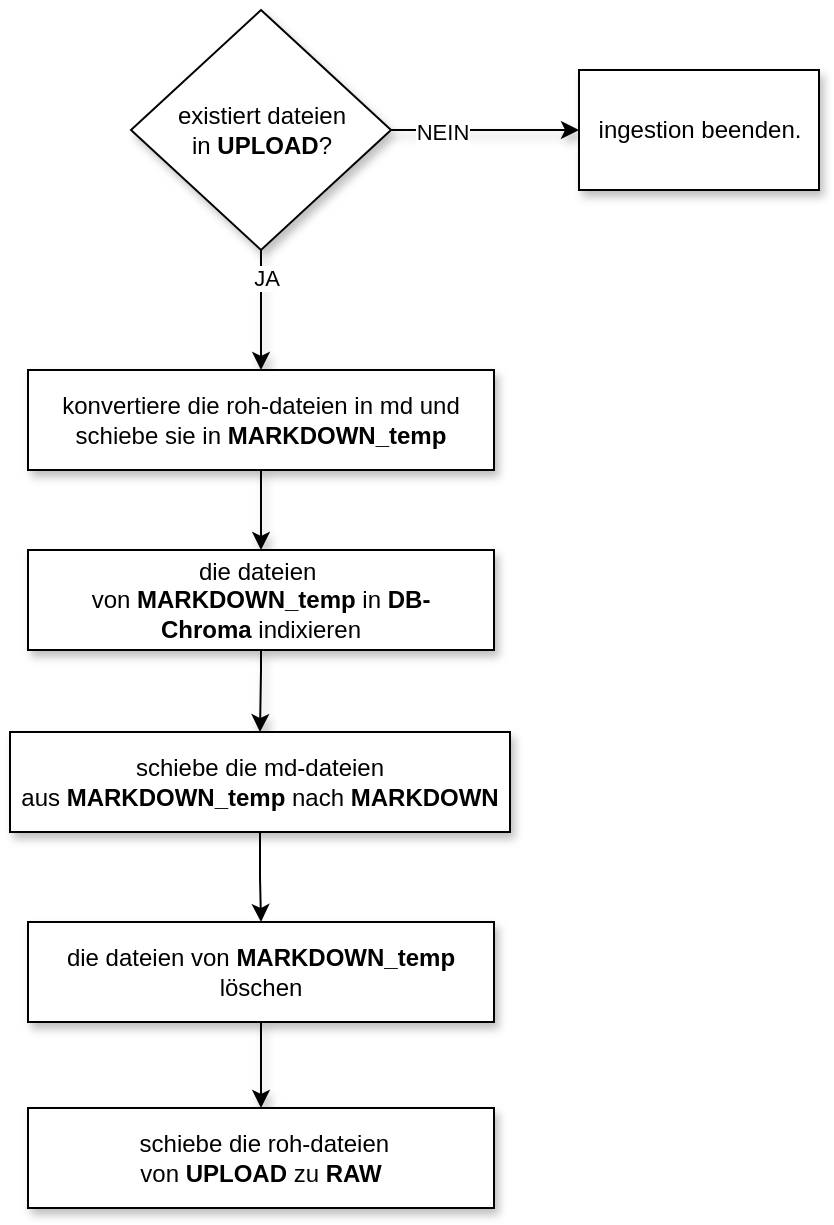
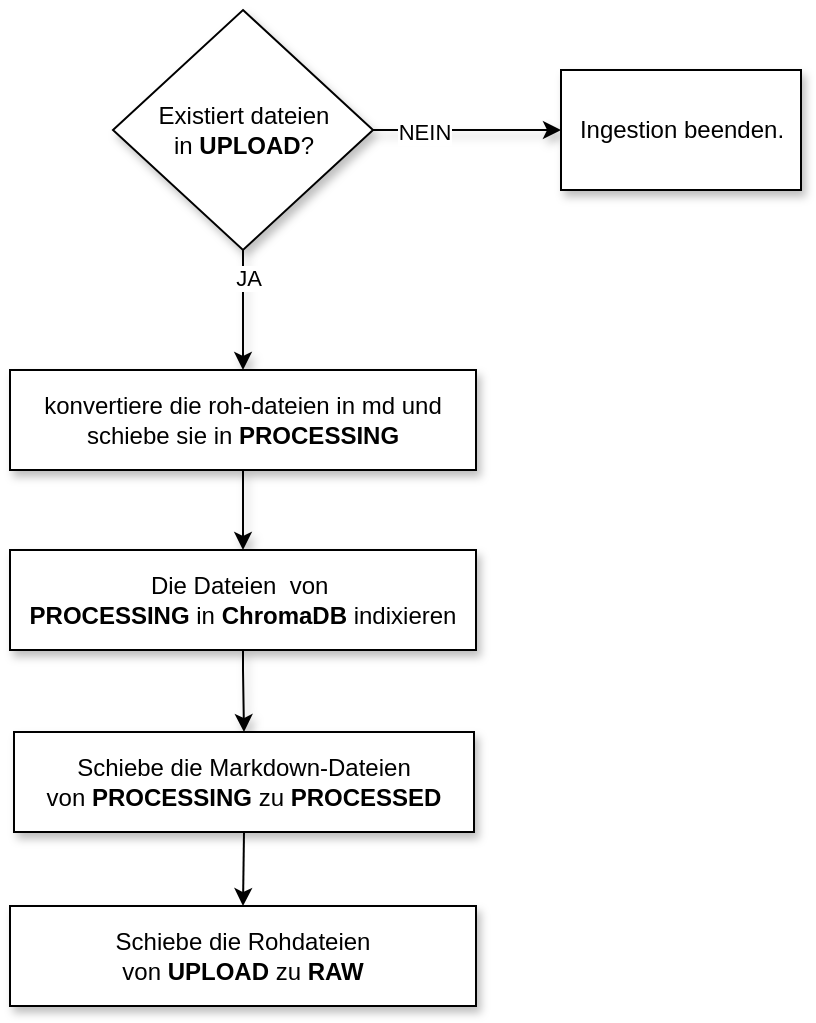
- <mxfile host="Electron" agent="Mozilla/5.0 (Windows NT 10.0; Win64; x64) AppleWebKit/537.36 (KHTML, like Gecko) draw.io/28.2.7 Chrome/138.0.7204.251 Electron/37.7.1 Safari/537.36" version="28.2.7">
+ <mxfile host="Electron" agent="Mozilla/5.0 (Windows NT 10.0; Win64; x64) AppleWebKit/537.36 (KHTML, like Gecko) draw.io/29.0.3 Chrome/140.0.7339.249 Electron/38.7.0 Safari/537.36" version="29.0.3">
  <diagram name="Seite-1" id="Bzmq8vI_scQP_HTdQC11">
-     <mxGraphModel dx="1237" dy="630" grid="1" gridSize="10" guides="1" tooltips="1" connect="1" arrows="1" fold="1" page="1" pageScale="1" pageWidth="827" pageHeight="1169" math="0" shadow="0">
+     <mxGraphModel dx="1074" dy="618" grid="1" gridSize="10" guides="1" tooltips="1" connect="1" arrows="1" fold="1" page="1" pageScale="1" pageWidth="827" pageHeight="1169" math="0" shadow="0">
      <root>
        <mxCell id="0" />
        <mxCell id="1" parent="0" />
        <mxCell id="th7Zlc1qkYqR9wxy-wNW-9" value="" style="edgeStyle=orthogonalEdgeStyle;rounded=0;orthogonalLoop=1;jettySize=auto;html=1;exitX=0.5;exitY=1;exitDx=0;exitDy=0;shadow=1;entryX=0.5;entryY=0;entryDx=0;entryDy=0;" parent="1" source="th7Zlc1qkYqR9wxy-wNW-7" target="ACCZmD-htaohdq-iRNGL-33" edge="1">
          <mxGeometry relative="1" as="geometry">
            <mxPoint x="416.5" y="204.0000000000001" as="targetPoint" />
          </mxGeometry>
        </mxCell>
-         <mxCell id="ACCZmD-htaohdq-iRNGL-22" value="JA" style="edgeLabel;html=1;align=center;verticalAlign=middle;resizable=0;points=[];shadow=1;" vertex="1" connectable="0" parent="th7Zlc1qkYqR9wxy-wNW-9">
+         <mxCell id="ACCZmD-htaohdq-iRNGL-22" value="JA" style="edgeLabel;html=1;align=center;verticalAlign=middle;resizable=0;points=[];shadow=1;" parent="th7Zlc1qkYqR9wxy-wNW-9" vertex="1" connectable="0">
          <mxGeometry x="-0.5345" y="2" relative="1" as="geometry">
            <mxPoint as="offset" />
          </mxGeometry>
        </mxCell>
        <mxCell id="th7Zlc1qkYqR9wxy-wNW-13" value="" style="edgeStyle=orthogonalEdgeStyle;rounded=0;orthogonalLoop=1;jettySize=auto;html=1;exitX=1;exitY=0.5;exitDx=0;exitDy=0;shadow=1;entryX=0;entryY=0.5;entryDx=0;entryDy=0;" parent="1" source="th7Zlc1qkYqR9wxy-wNW-7" target="th7Zlc1qkYqR9wxy-wNW-12" edge="1">
          <mxGeometry relative="1" as="geometry" />
        </mxCell>
-         <mxCell id="ACCZmD-htaohdq-iRNGL-21" value="NEIN" style="edgeLabel;html=1;align=center;verticalAlign=middle;resizable=0;points=[];shadow=1;" vertex="1" connectable="0" parent="th7Zlc1qkYqR9wxy-wNW-13">
+         <mxCell id="ACCZmD-htaohdq-iRNGL-21" value="NEIN" style="edgeLabel;html=1;align=center;verticalAlign=middle;resizable=0;points=[];shadow=1;" parent="th7Zlc1qkYqR9wxy-wNW-13" vertex="1" connectable="0">
          <mxGeometry x="-0.4643" y="-1" relative="1" as="geometry">
            <mxPoint as="offset" />
          </mxGeometry>
        </mxCell>
-         <mxCell id="th7Zlc1qkYqR9wxy-wNW-7" value="existiert dateien in&amp;nbsp;&lt;b&gt;UPLOAD&lt;/b&gt;?" style="rhombus;whiteSpace=wrap;html=1;shadow=1;" parent="1" vertex="1">
+         <mxCell id="th7Zlc1qkYqR9wxy-wNW-7" value="Existiert dateien in&amp;nbsp;&lt;b&gt;UPLOAD&lt;/b&gt;?" style="rhombus;whiteSpace=wrap;html=1;shadow=1;" parent="1" vertex="1">
          <mxGeometry x="351.5" y="30" width="130" height="120" as="geometry" />
        </mxCell>
-         <mxCell id="ACCZmD-htaohdq-iRNGL-12" style="edgeStyle=orthogonalEdgeStyle;rounded=0;orthogonalLoop=1;jettySize=auto;html=1;entryX=0.5;entryY=0;entryDx=0;entryDy=0;shadow=1;exitX=0.5;exitY=1;exitDx=0;exitDy=0;" edge="1" parent="1" source="ACCZmD-htaohdq-iRNGL-33" target="ACCZmD-htaohdq-iRNGL-32">
+         <mxCell id="ACCZmD-htaohdq-iRNGL-12" style="edgeStyle=orthogonalEdgeStyle;rounded=0;orthogonalLoop=1;jettySize=auto;html=1;entryX=0.5;entryY=0;entryDx=0;entryDy=0;shadow=1;exitX=0.5;exitY=1;exitDx=0;exitDy=0;" parent="1" source="ACCZmD-htaohdq-iRNGL-33" target="ACCZmD-htaohdq-iRNGL-32" edge="1">
          <mxGeometry relative="1" as="geometry">
            <mxPoint x="416.5" y="260.0000000000001" as="sourcePoint" />
            <mxPoint x="416.5" y="300" as="targetPoint" />
          </mxGeometry>
        </mxCell>
-         <mxCell id="th7Zlc1qkYqR9wxy-wNW-12" value="ingestion beenden." style="whiteSpace=wrap;html=1;shadow=1;" parent="1" vertex="1">
+         <mxCell id="th7Zlc1qkYqR9wxy-wNW-12" value="Ingestion beenden." style="whiteSpace=wrap;html=1;shadow=1;" parent="1" vertex="1">
          <mxGeometry x="575.5" y="60" width="120" height="60" as="geometry" />
        </mxCell>
-         <mxCell id="ACCZmD-htaohdq-iRNGL-24" value="" style="edgeStyle=orthogonalEdgeStyle;rounded=0;orthogonalLoop=1;jettySize=auto;html=1;entryX=0.5;entryY=0;entryDx=0;entryDy=0;shadow=1;exitX=0.5;exitY=1;exitDx=0;exitDy=0;" edge="1" parent="1" source="ACCZmD-htaohdq-iRNGL-32" target="ACCZmD-htaohdq-iRNGL-31">
+         <mxCell id="ACCZmD-htaohdq-iRNGL-24" value="" style="edgeStyle=orthogonalEdgeStyle;rounded=0;orthogonalLoop=1;jettySize=auto;html=1;entryX=0.5;entryY=0;entryDx=0;entryDy=0;shadow=1;exitX=0.5;exitY=1;exitDx=0;exitDy=0;" parent="1" source="ACCZmD-htaohdq-iRNGL-32" target="ACCZmD-htaohdq-iRNGL-31" edge="1">
          <mxGeometry relative="1" as="geometry">
            <mxPoint x="416.5" y="350" as="sourcePoint" />
            <mxPoint x="416.5" y="389" as="targetPoint" />
            <Array as="points">
              <mxPoint x="417" y="360" />
            </Array>
          </mxGeometry>
        </mxCell>
-         <mxCell id="ACCZmD-htaohdq-iRNGL-27" style="edgeStyle=orthogonalEdgeStyle;rounded=0;orthogonalLoop=1;jettySize=auto;html=1;entryX=0.5;entryY=0;entryDx=0;entryDy=0;shadow=1;" edge="1" parent="1" source="ACCZmD-htaohdq-iRNGL-25" target="ACCZmD-htaohdq-iRNGL-30">
+         <mxCell id="ACCZmD-htaohdq-iRNGL-29" style="edgeStyle=orthogonalEdgeStyle;rounded=0;orthogonalLoop=1;jettySize=auto;html=1;entryX=0.5;entryY=0;entryDx=0;entryDy=0;exitX=0.5;exitY=1;exitDx=0;exitDy=0;" parent="1" source="ACCZmD-htaohdq-iRNGL-31" target="ACCZmD-htaohdq-iRNGL-30" edge="1">
          <mxGeometry relative="1" as="geometry">
-             <mxPoint x="416.0000000000002" y="580" as="targetPoint" />
+             <mxPoint x="418.5" y="439" as="sourcePoint" />
+             <mxPoint x="418.5" y="486" as="targetPoint" />
          </mxGeometry>
        </mxCell>
-         <mxCell id="ACCZmD-htaohdq-iRNGL-25" value="die dateien von&amp;nbsp;&lt;b&gt;MARKDOWN_temp &lt;/b&gt;löschen" style="whiteSpace=wrap;html=1;shadow=1;" vertex="1" parent="1">
-           <mxGeometry x="300" y="486" width="233" height="50" as="geometry" />
+         <mxCell id="ACCZmD-htaohdq-iRNGL-30" value="Schiebe die Rohdateien von&amp;nbsp;&lt;b&gt;UPLOAD&amp;nbsp;&lt;/b&gt;zu&amp;nbsp;&lt;b&gt;RAW&lt;/b&gt;" style="whiteSpace=wrap;html=1;shadow=1;" parent="1" vertex="1">
+           <mxGeometry x="300" y="478" width="233" height="50" as="geometry" />
        </mxCell>
-         <mxCell id="ACCZmD-htaohdq-iRNGL-29" style="edgeStyle=orthogonalEdgeStyle;rounded=0;orthogonalLoop=1;jettySize=auto;html=1;entryX=0.5;entryY=0;entryDx=0;entryDy=0;exitX=0.5;exitY=1;exitDx=0;exitDy=0;" edge="1" parent="1" source="ACCZmD-htaohdq-iRNGL-31" target="ACCZmD-htaohdq-iRNGL-25">
-           <mxGeometry relative="1" as="geometry">
-             <mxPoint x="416.5" y="439" as="sourcePoint" />
-           </mxGeometry>
+         <mxCell id="ACCZmD-htaohdq-iRNGL-31" value="Schiebe die Markdown-Dateien von&amp;nbsp;&lt;b&gt;PROCESSING&amp;nbsp;&lt;/b&gt;zu&amp;nbsp;&lt;b&gt;PROCESSED&lt;/b&gt;" style="whiteSpace=wrap;html=1;shadow=1;" parent="1" vertex="1">
+           <mxGeometry x="302" y="391" width="230" height="50" as="geometry" />
        </mxCell>
-         <mxCell id="ACCZmD-htaohdq-iRNGL-30" value="&amp;nbsp;schiebe die roh-dateien von&amp;nbsp;&lt;b&gt;UPLOAD&amp;nbsp;&lt;/b&gt;zu&amp;nbsp;&lt;b&gt;RAW&lt;/b&gt;" style="whiteSpace=wrap;html=1;shadow=1;" vertex="1" parent="1">
-           <mxGeometry x="300" y="579" width="233" height="50" as="geometry" />
-         </mxCell>
-         <mxCell id="ACCZmD-htaohdq-iRNGL-31" value="schiebe die md-dateien aus&amp;nbsp;&lt;b&gt;MARKDOWN_temp &lt;/b&gt;nach&amp;nbsp;&lt;b&gt;MARKDOWN&lt;/b&gt;" style="whiteSpace=wrap;html=1;shadow=1;" vertex="1" parent="1">
-           <mxGeometry x="291" y="391" width="250" height="50" as="geometry" />
-         </mxCell>
-         <mxCell id="ACCZmD-htaohdq-iRNGL-32" value="die dateien&amp;nbsp; von&amp;nbsp;&lt;b&gt;MARKDOWN_temp&amp;nbsp;&lt;/b&gt;in&amp;nbsp;&lt;b&gt;DB-Chroma&amp;nbsp;&lt;/b&gt;indixieren" style="whiteSpace=wrap;html=1;shadow=1;" vertex="1" parent="1">
+         <mxCell id="ACCZmD-htaohdq-iRNGL-32" value="Die Dateien&amp;nbsp; von&amp;nbsp;&lt;div&gt;&lt;b&gt;PROCESSING&amp;nbsp;&lt;/b&gt;in&amp;nbsp;&lt;b&gt;ChromaDB&amp;nbsp;&lt;/b&gt;indixieren&lt;/div&gt;" style="whiteSpace=wrap;html=1;shadow=1;" parent="1" vertex="1">
          <mxGeometry x="300" y="300" width="233" height="50" as="geometry" />
        </mxCell>
-         <mxCell id="ACCZmD-htaohdq-iRNGL-33" value="konvertiere die roh-dateien in md&amp;nbsp;und schiebe sie in&amp;nbsp;&lt;b&gt;MARKDOWN_temp&lt;/b&gt;" style="whiteSpace=wrap;html=1;shadow=1;" vertex="1" parent="1">
+         <mxCell id="ACCZmD-htaohdq-iRNGL-33" value="konvertiere die roh-dateien in md&amp;nbsp;und schiebe sie in &lt;b&gt;PROCESSING&lt;/b&gt;" style="whiteSpace=wrap;html=1;shadow=1;" parent="1" vertex="1">
          <mxGeometry x="300" y="210" width="233" height="50" as="geometry" />
        </mxCell>
      </root>
    </mxGraphModel>
  </diagram>
</mxfile>
